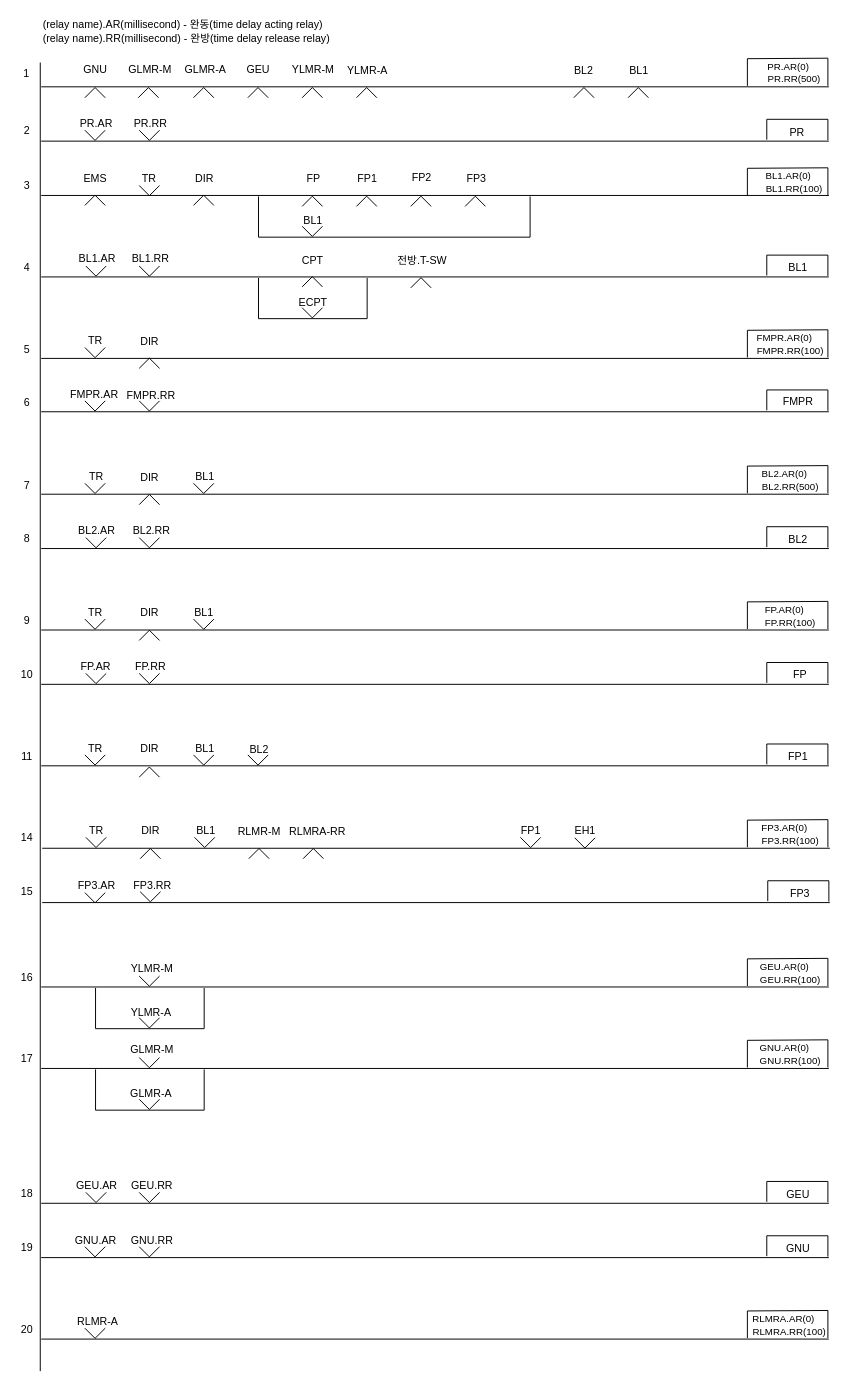
chillin2/MyDraw.io keeps this draw.io diagram as page "신호제어로직(최종)" (1 of 8) of Signal/33Display-Signal-Control-Logic.drawio. Above is the earlier version. Source tidied: cells renumbered, new cells numbered last; positions are measured from the earlier drawing's top-left corner, leaving out a move shared by most shapes. Both pictures are drawn from the tidied source at 97%, with x=0, y=0 at pixel (16, 16).
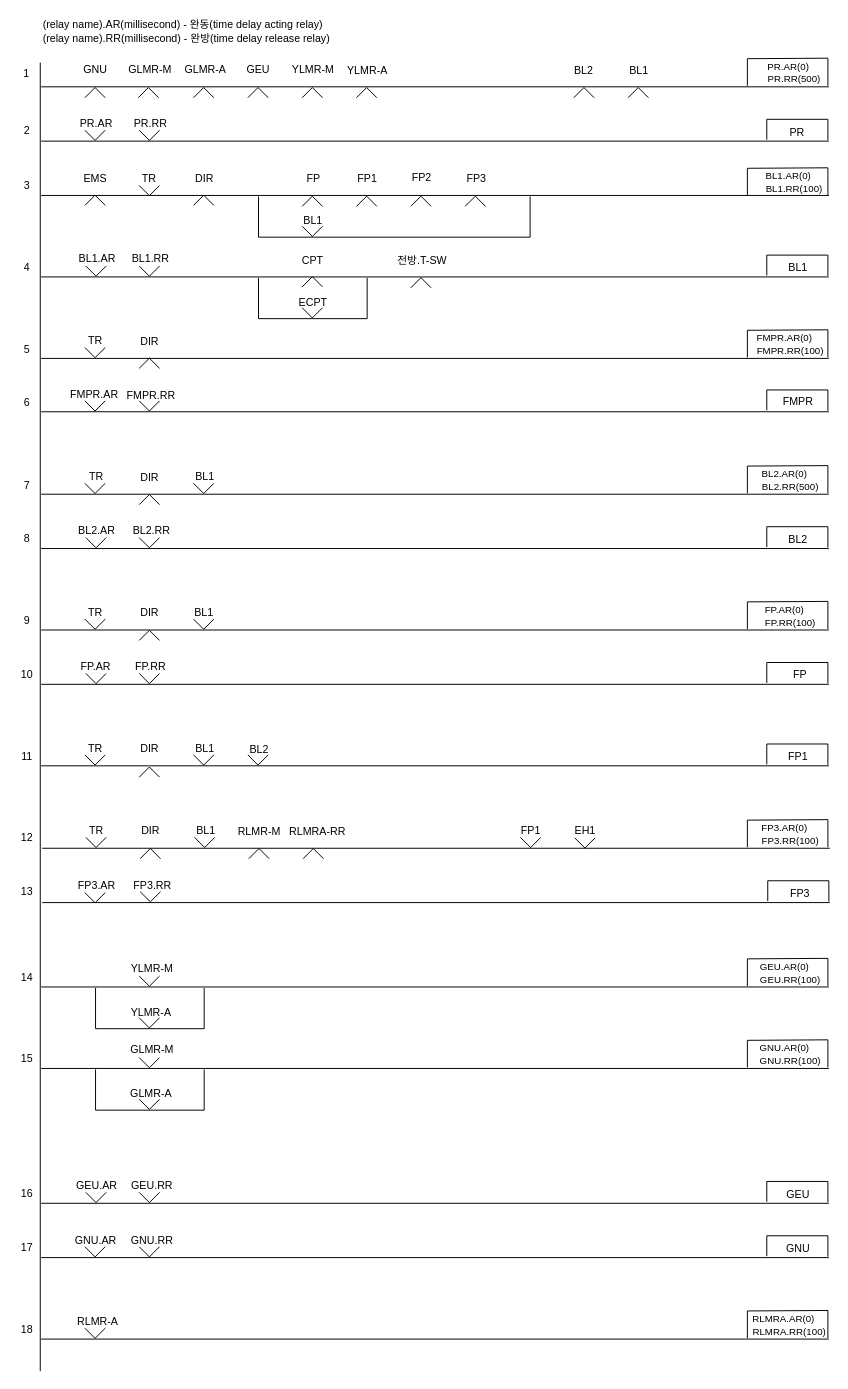
The same page after the edit.

The edit, as a diff of the source:
```diff
@@
-    <mxCell id="170" value="14" style="text;html=1;strokeColor=none;fillColor=none;align=center;verticalAlign=middle;whiteSpace=wrap;rounded=0;fontFamily=Helvetica;fontSize=11;fontColor=default;" parent="1" vertex="1">
+    <mxCell id="170" value="12" style="text;html=1;strokeColor=none;fillColor=none;align=center;verticalAlign=middle;whiteSpace=wrap;rounded=0;fontFamily=Helvetica;fontSize=11;fontColor=default;" parent="1" vertex="1">
       <mxGeometry y="838" width="21" height="16" as="geometry" />
     </mxCell>
-    <mxCell id="171" value="15" style="text;html=1;strokeColor=none;fillColor=none;align=center;verticalAlign=middle;whiteSpace=wrap;rounded=0;fontFamily=Helvetica;fontSize=11;fontColor=default;" parent="1" vertex="1">
+    <mxCell id="171" value="13" style="text;html=1;strokeColor=none;fillColor=none;align=center;verticalAlign=middle;whiteSpace=wrap;rounded=0;fontFamily=Helvetica;fontSize=11;fontColor=default;" parent="1" vertex="1">
       <mxGeometry y="894" width="21" height="16" as="geometry" />
     </mxCell>
-    <mxCell id="172" value="16" style="text;html=1;strokeColor=none;fillColor=none;align=center;verticalAlign=middle;whiteSpace=wrap;rounded=0;fontFamily=Helvetica;fontSize=11;fontColor=default;" parent="1" vertex="1">
+    <mxCell id="172" value="14" style="text;html=1;strokeColor=none;fillColor=none;align=center;verticalAlign=middle;whiteSpace=wrap;rounded=0;fontFamily=Helvetica;fontSize=11;fontColor=default;" parent="1" vertex="1">
       <mxGeometry y="982" width="21" height="16" as="geometry" />
     </mxCell>
-    <mxCell id="173" value="17" style="text;html=1;strokeColor=none;fillColor=none;align=center;verticalAlign=middle;whiteSpace=wrap;rounded=0;fontFamily=Helvetica;fontSize=11;fontColor=default;" parent="1" vertex="1">
+    <mxCell id="173" value="15" style="text;html=1;strokeColor=none;fillColor=none;align=center;verticalAlign=middle;whiteSpace=wrap;rounded=0;fontFamily=Helvetica;fontSize=11;fontColor=default;" parent="1" vertex="1">
       <mxGeometry y="1066" width="21" height="16" as="geometry" />
     </mxCell>
-    <mxCell id="174" value="18" style="text;html=1;strokeColor=none;fillColor=none;align=center;verticalAlign=middle;whiteSpace=wrap;rounded=0;fontFamily=Helvetica;fontSize=11;fontColor=default;" parent="1" vertex="1">
+    <mxCell id="174" value="16" style="text;html=1;strokeColor=none;fillColor=none;align=center;verticalAlign=middle;whiteSpace=wrap;rounded=0;fontFamily=Helvetica;fontSize=11;fontColor=default;" parent="1" vertex="1">
       <mxGeometry y="1205" width="21" height="16" as="geometry" />
     </mxCell>
-    <mxCell id="175" value="19" style="text;html=1;strokeColor=none;fillColor=none;align=center;verticalAlign=middle;whiteSpace=wrap;rounded=0;fontFamily=Helvetica;fontSize=11;fontColor=default;" parent="1" vertex="1">
+    <mxCell id="175" value="17" style="text;html=1;strokeColor=none;fillColor=none;align=center;verticalAlign=middle;whiteSpace=wrap;rounded=0;fontFamily=Helvetica;fontSize=11;fontColor=default;" parent="1" vertex="1">
       <mxGeometry y="1261" width="21" height="16" as="geometry" />
     </mxCell>
-    <mxCell id="176" value="20" style="text;html=1;strokeColor=none;fillColor=none;align=center;verticalAlign=middle;whiteSpace=wrap;rounded=0;fontFamily=Helvetica;fontSize=11;fontColor=default;" parent="1" vertex="1">
+    <mxCell id="176" value="18" style="text;html=1;strokeColor=none;fillColor=none;align=center;verticalAlign=middle;whiteSpace=wrap;rounded=0;fontFamily=Helvetica;fontSize=11;fontColor=default;" parent="1" vertex="1">
       <mxGeometry y="1345" width="21" height="16" as="geometry" />
     </mxCell>
```
